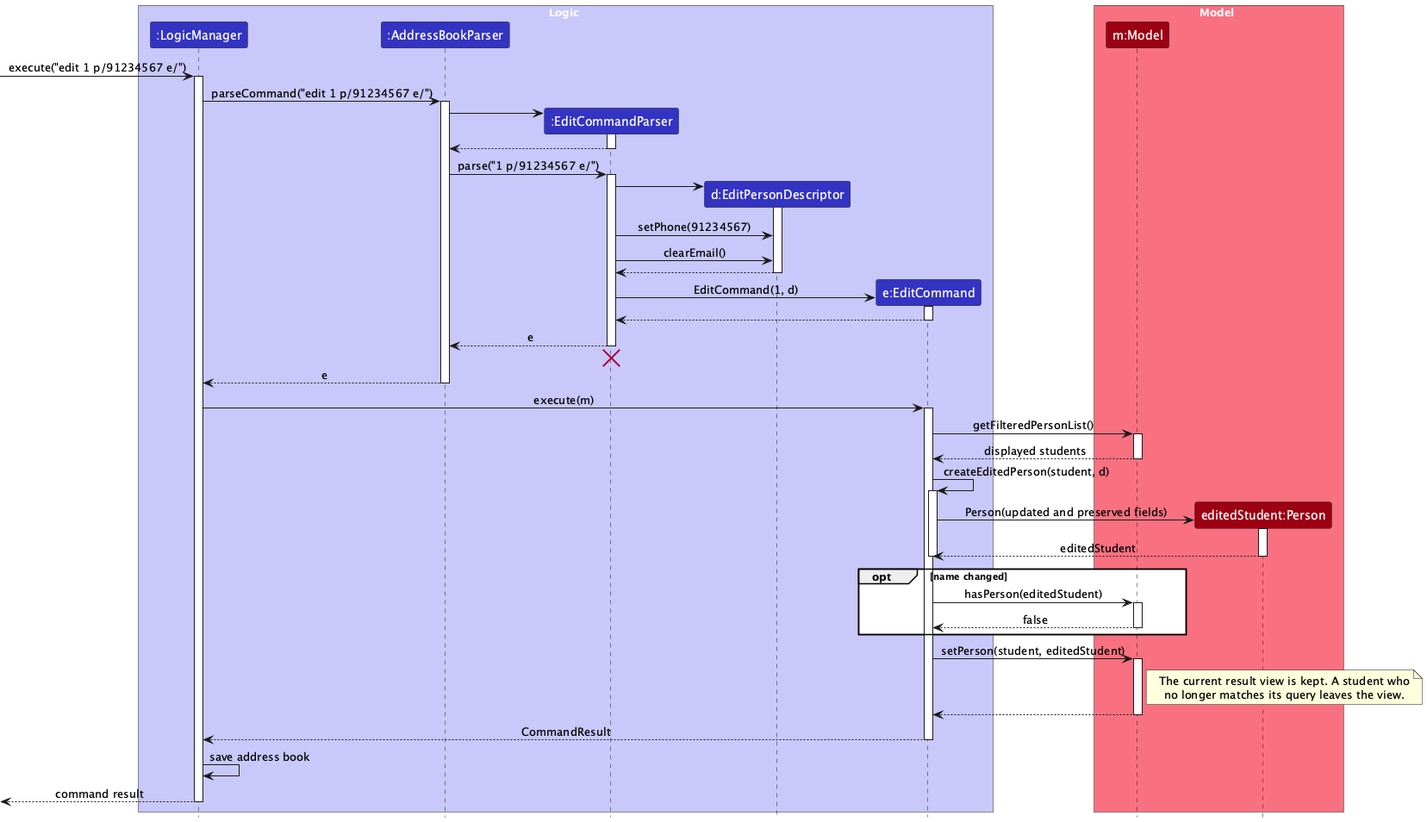
Earlier version of the PlantUML export docs/images/EditSequenceDiagram.png (AY2627S1-CS2103T-W10-3/tp).
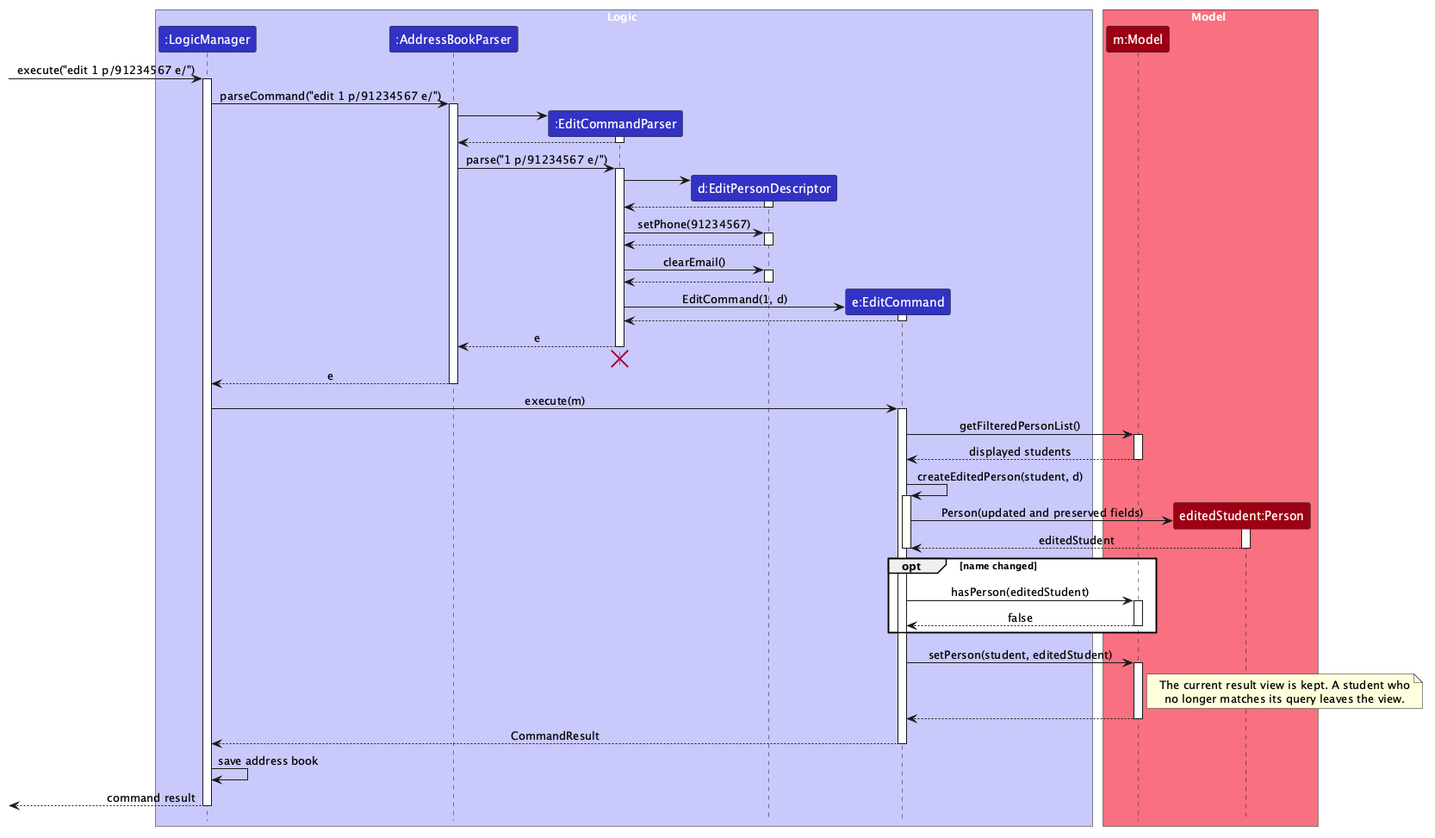
After the change.

Commit message:
Correct the sequence diagrams

The edit, as a diff of the source:
```diff
@@ -1,4 +1,5 @@
 @startuml
+!pragma layout smetana
 !include style.puml
 skinparam ArrowFontStyle plain
 
@@ -33,8 +34,16 @@
 create Descriptor
 EditCommandParser -> Descriptor
 activate Descriptor
+Descriptor --> EditCommandParser
+deactivate Descriptor
+
 EditCommandParser -> Descriptor : setPhone(91234567)
+activate Descriptor
+Descriptor --> EditCommandParser
+deactivate Descriptor
+
 EditCommandParser -> Descriptor : clearEmail()
+activate Descriptor
 Descriptor --> EditCommandParser
 deactivate Descriptor
 
```
